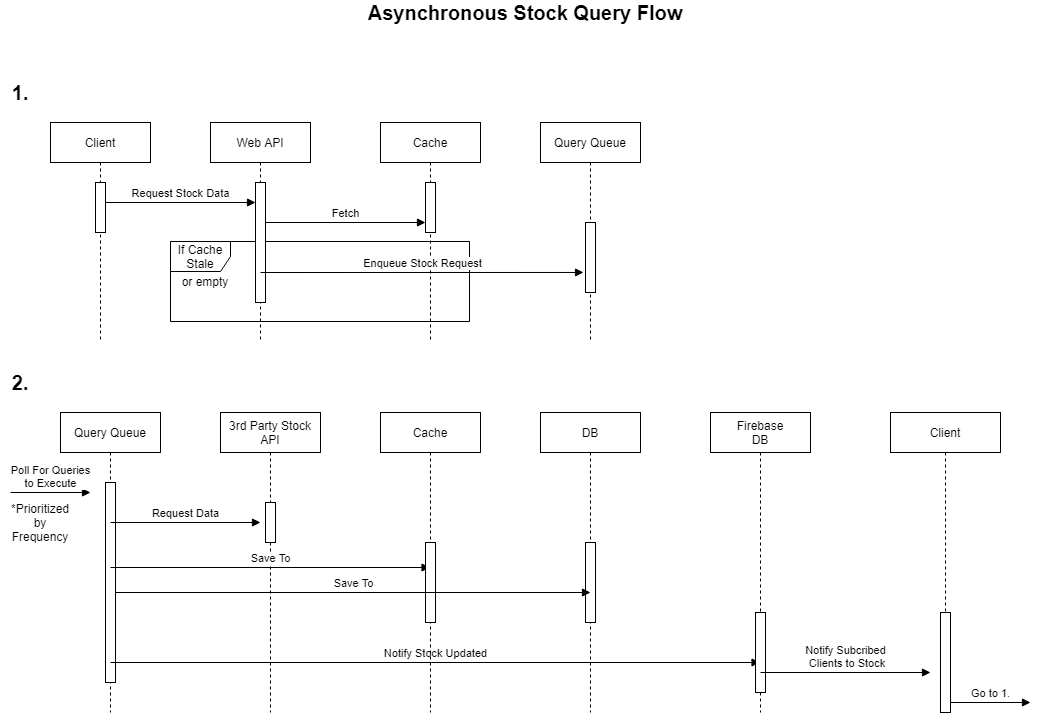
This is FomoAPI/Docs/Asynchronous Stock Query Flow.drawio.png from GaryHuang501/Fomo, a draw.io export, as it was before one commit. Source tidied: cells renumbered, new cells last; positions are measured from the earlier drawing's top-left corner, leaving out a move shared by most shapes. Source of this version:
```xml
<mxGraphModel>
  <root>
    <mxCell id="0" />
    <mxCell id="1" parent="0" />
    <mxCell id="2" value="3rd Party Stock API" style="shape=umlLifeline;perimeter=lifelinePerimeter;whiteSpace=wrap;html=1;" parent="1" vertex="1">
      <mxGeometry x="220" y="410" width="100" height="300" as="geometry" />
    </mxCell>
    <mxCell id="3" style="html=1;perimeter=orthogonalPerimeter;" parent="2" vertex="1">
      <mxGeometry x="45" y="90" width="10" height="40" as="geometry" />
    </mxCell>
    <mxCell id="4" value="If Cache Stale" style="shape=umlFrame;whiteSpace=wrap;html=1;" parent="1" vertex="1">
      <mxGeometry x="170" y="239" width="299" height="80" as="geometry" />
    </mxCell>
    <mxCell id="5" value="Client" style="shape=umlLifeline;perimeter=lifelinePerimeter;whiteSpace=wrap;html=1;" parent="1" vertex="1">
      <mxGeometry x="50" y="120" width="100" height="220" as="geometry" />
    </mxCell>
    <mxCell id="6" style="html=1;perimeter=orthogonalPerimeter;" parent="5" vertex="1">
      <mxGeometry x="45" y="60" width="10" height="50" as="geometry" />
    </mxCell>
    <mxCell id="7" value="Web API" style="shape=umlLifeline;perimeter=lifelinePerimeter;whiteSpace=wrap;html=1;" parent="1" vertex="1">
      <mxGeometry x="210" y="120" width="100" height="220" as="geometry" />
    </mxCell>
    <mxCell id="8" style="html=1;points=[];perimeter=orthogonalPerimeter;" parent="7" vertex="1">
      <mxGeometry x="45" y="60" width="10" height="120" as="geometry" />
    </mxCell>
    <mxCell id="9" value="Cache" style="shape=umlLifeline;perimeter=lifelinePerimeter;whiteSpace=wrap;html=1;" parent="1" vertex="1">
      <mxGeometry x="380" y="120" width="100" height="220" as="geometry" />
    </mxCell>
    <mxCell id="10" style="html=1;perimeter=orthogonalPerimeter;" parent="9" vertex="1">
      <mxGeometry x="45" y="60" width="10" height="50" as="geometry" />
    </mxCell>
    <mxCell id="11" value="Query Queue" style="shape=umlLifeline;perimeter=lifelinePerimeter;whiteSpace=wrap;html=1;" parent="1" vertex="1">
      <mxGeometry x="540" y="120" width="100" height="220" as="geometry" />
    </mxCell>
    <mxCell id="12" style="html=1;points=[];perimeter=orthogonalPerimeter;" parent="11" vertex="1">
      <mxGeometry x="45" y="100" width="10" height="70" as="geometry" />
    </mxCell>
    <mxCell id="13" value="Request Stock Data" style="html=1;verticalAlign=bottom;endArrow=block;" parent="1" edge="1">
      <mxGeometry relative="1" as="geometry">
        <mxPoint x="105" y="200" as="sourcePoint" />
        <mxPoint x="255" y="200" as="targetPoint" />
      </mxGeometry>
    </mxCell>
    <mxCell id="14" value="Fetch" style="html=1;verticalAlign=bottom;endArrow=block;" parent="1" edge="1">
      <mxGeometry relative="1" as="geometry">
        <mxPoint x="265" y="220" as="sourcePoint" />
        <mxPoint x="425" y="220" as="targetPoint" />
      </mxGeometry>
    </mxCell>
    <mxCell id="15" value="Enqueue Stock Request" style="html=1;verticalAlign=bottom;endArrow=block;entryX=-0.2;entryY=0.714;entryDx=0;entryDy=0;entryPerimeter=0;exitX=0.5;exitY=0.75;exitDx=0;exitDy=0;exitPerimeter=0;" parent="1" edge="1" source="8" target="12">
      <mxGeometry relative="1" as="geometry" />
    </mxCell>
    <mxCell id="16" value="&lt;font style=&quot;font-size: 20px&quot;&gt;&lt;b&gt;Asynchronous Stock Query Flow&lt;/b&gt;&lt;/font&gt;" style="text;html=1;strokeColor=none;fillColor=none;align=center;verticalAlign=middle;whiteSpace=wrap;rounded=0;" parent="1" vertex="1">
      <mxGeometry x="290" width="470" height="20" as="geometry" />
    </mxCell>
    <mxCell id="17" value="Query Queue" style="shape=umlLifeline;perimeter=lifelinePerimeter;whiteSpace=wrap;html=1;" parent="1" vertex="1">
      <mxGeometry x="60" y="410" width="100" height="300" as="geometry" />
    </mxCell>
    <mxCell id="18" style="html=1;points=[];perimeter=orthogonalPerimeter;" parent="17" vertex="1">
      <mxGeometry x="45" y="70" width="10" height="200" as="geometry" />
    </mxCell>
    <mxCell id="19" value="Request Data" style="html=1;verticalAlign=bottom;endArrow=block;" parent="17" edge="1">
      <mxGeometry relative="1" as="geometry">
        <mxPoint x="50" y="110" as="sourcePoint" />
        <mxPoint x="200" y="110" as="targetPoint" />
      </mxGeometry>
    </mxCell>
    <mxCell id="20" value="Save To" style="html=1;verticalAlign=bottom;endArrow=block;" parent="17" edge="1">
      <mxGeometry relative="1" as="geometry">
        <mxPoint x="50" y="155" as="sourcePoint" />
        <mxPoint x="369.5" y="155" as="targetPoint" />
      </mxGeometry>
    </mxCell>
    <mxCell id="21" value="Notify Stock Updated" style="html=1;verticalAlign=bottom;endArrow=block;" parent="17" edge="1" target="25">
      <mxGeometry relative="1" as="geometry">
        <mxPoint x="50" y="250" as="sourcePoint" />
      </mxGeometry>
    </mxCell>
    <mxCell id="22" value="Cache" style="shape=umlLifeline;perimeter=lifelinePerimeter;whiteSpace=wrap;html=1;" parent="1" vertex="1">
      <mxGeometry x="380" y="410" width="100" height="300" as="geometry" />
    </mxCell>
    <mxCell id="23" style="html=1;perimeter=orthogonalPerimeter;" parent="22" vertex="1">
      <mxGeometry x="45" y="130" width="10" height="80" as="geometry" />
    </mxCell>
    <mxCell id="24" value="DB" style="shape=umlLifeline;perimeter=lifelinePerimeter;whiteSpace=wrap;html=1;" parent="1" vertex="1">
      <mxGeometry x="540" y="410" width="100" height="300" as="geometry" />
    </mxCell>
    <mxCell id="25" value="Firebase&lt;br&gt;DB" style="shape=umlLifeline;perimeter=lifelinePerimeter;whiteSpace=wrap;html=1;outlineConnect=0;" parent="1" vertex="1">
      <mxGeometry x="710" y="410" width="100" height="300" as="geometry" />
    </mxCell>
    <mxCell id="26" style="html=1;perimeter=orthogonalPerimeter;" parent="25" vertex="1">
      <mxGeometry x="45" y="200" width="10" height="80" as="geometry" />
    </mxCell>
    <mxCell id="27" value="Notify Subcribed&lt;br&gt;&amp;nbsp;Clients to Stock" style="html=1;verticalAlign=bottom;endArrow=block;" parent="25" edge="1">
      <mxGeometry relative="1" as="geometry">
        <mxPoint x="50" y="260" as="sourcePoint" />
        <mxPoint x="220" y="260" as="targetPoint" />
      </mxGeometry>
    </mxCell>
    <mxCell id="28" value="Client" style="shape=umlLifeline;perimeter=lifelinePerimeter;whiteSpace=wrap;html=1;" parent="1" vertex="1">
      <mxGeometry x="890" y="410" width="110" height="300" as="geometry" />
    </mxCell>
    <mxCell id="29" style="html=1;perimeter=orthogonalPerimeter;" parent="28" vertex="1">
      <mxGeometry x="50" y="200" width="10" height="100" as="geometry" />
    </mxCell>
    <mxCell id="30" value="&lt;b&gt;&lt;font style=&quot;font-size: 20px&quot;&gt;1.&lt;/font&gt;&lt;/b&gt;" style="text;html=1;strokeColor=none;fillColor=none;align=center;verticalAlign=middle;whiteSpace=wrap;rounded=0;" parent="1" vertex="1">
      <mxGeometry y="80" width="40" height="20" as="geometry" />
    </mxCell>
    <mxCell id="31" value="&lt;b&gt;&lt;font style=&quot;font-size: 20px&quot;&gt;2.&lt;/font&gt;&lt;/b&gt;" style="text;html=1;strokeColor=none;fillColor=none;align=center;verticalAlign=middle;whiteSpace=wrap;rounded=0;" parent="1" vertex="1">
      <mxGeometry y="370" width="40" height="20" as="geometry" />
    </mxCell>
    <mxCell id="32" value="Poll For Queries&lt;br&gt;to Execute" style="html=1;verticalAlign=bottom;endArrow=block;" parent="1" edge="1">
      <mxGeometry relative="1" as="geometry">
        <mxPoint x="10" y="490" as="sourcePoint" />
        <mxPoint x="90" y="490" as="targetPoint" />
      </mxGeometry>
    </mxCell>
    <mxCell id="33" value="*Prioritized by Frequency" style="text;html=1;strokeColor=none;fillColor=none;align=center;verticalAlign=middle;whiteSpace=wrap;rounded=0;" parent="1" vertex="1">
      <mxGeometry x="20" y="510" width="40" height="20" as="geometry" />
    </mxCell>
    <mxCell id="34" style="html=1;perimeter=orthogonalPerimeter;" parent="1" vertex="1">
      <mxGeometry x="585" y="540" width="10" height="80" as="geometry" />
    </mxCell>
    <mxCell id="35" value="Save To" style="html=1;verticalAlign=bottom;endArrow=block;" parent="1" edge="1" source="18">
      <mxGeometry relative="1" as="geometry">
        <mxPoint x="590" y="590" as="targetPoint" />
      </mxGeometry>
    </mxCell>
    <mxCell id="36" value="Go to 1." style="html=1;verticalAlign=bottom;endArrow=block;" parent="1" edge="1">
      <mxGeometry relative="1" as="geometry">
        <mxPoint x="950" y="700" as="sourcePoint" />
        <mxPoint x="1030" y="700" as="targetPoint" />
      </mxGeometry>
    </mxCell>
    <mxCell id="37" value="or empty" style="text;html=1;strokeColor=none;fillColor=none;align=center;verticalAlign=middle;whiteSpace=wrap;rounded=0;" parent="1" vertex="1">
      <mxGeometry x="180" y="269" width="50" height="20" as="geometry" />
    </mxCell>
  </root>
</mxGraphModel>
```
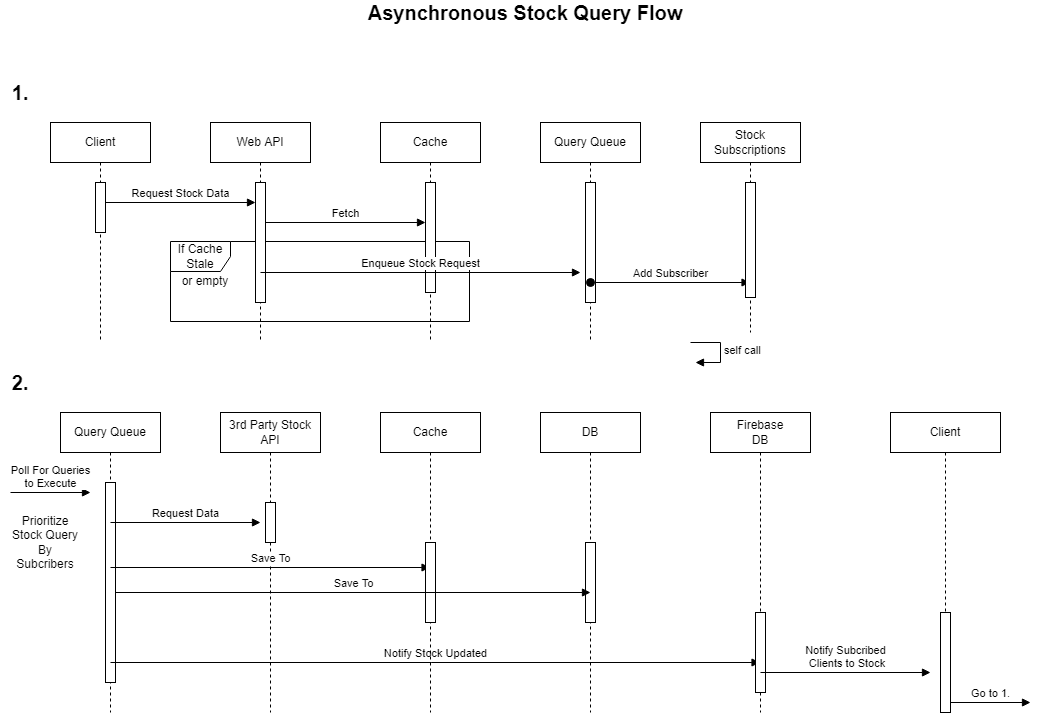
After the commit.

Commit message:
Update diagram to include stock subscriptions

Change to the diagram source:
```diff
@@ -27,14 +27,19 @@
       <mxGeometry x="380" y="120" width="100" height="220" as="geometry" />
     </mxCell>
     <mxCell id="10" style="html=1;perimeter=orthogonalPerimeter;" parent="9" vertex="1">
-      <mxGeometry x="45" y="60" width="10" height="50" as="geometry" />
+      <mxGeometry x="45" y="60" width="10" height="110" as="geometry" />
     </mxCell>
     <mxCell id="11" value="Query Queue" style="shape=umlLifeline;perimeter=lifelinePerimeter;whiteSpace=wrap;html=1;" parent="1" vertex="1">
       <mxGeometry x="540" y="120" width="100" height="220" as="geometry" />
     </mxCell>
     <mxCell id="12" style="html=1;points=[];perimeter=orthogonalPerimeter;" parent="11" vertex="1">
-      <mxGeometry x="45" y="100" width="10" height="70" as="geometry" />
+      <mxGeometry x="45" y="60" width="10" height="120" as="geometry" />
     </mxCell>
+    <mxCell id="38" value="Add Subscriber" style="html=1;verticalAlign=bottom;startArrow=oval;startFill=1;endArrow=block;startSize=8;rounded=0;" parent="11" edge="1" target="39">
+      <mxGeometry relative="1" as="geometry">
+        <mxPoint x="50" y="160" as="sourcePoint" />
+      </mxGeometry>
+    </mxCell>
     <mxCell id="13" value="Request Stock Data" style="html=1;verticalAlign=bottom;endArrow=block;" parent="1" edge="1">
       <mxGeometry relative="1" as="geometry">
         <mxPoint x="105" y="200" as="sourcePoint" />
@@ -47,8 +52,10 @@
         <mxPoint x="425" y="220" as="targetPoint" />
       </mxGeometry>
     </mxCell>
-    <mxCell id="15" value="Enqueue Stock Request" style="html=1;verticalAlign=bottom;endArrow=block;entryX=-0.2;entryY=0.714;entryDx=0;entryDy=0;entryPerimeter=0;exitX=0.5;exitY=0.75;exitDx=0;exitDy=0;exitPerimeter=0;" parent="1" edge="1" source="8" target="12">
-      <mxGeometry relative="1" as="geometry" />
+    <mxCell id="15" value="Enqueue Stock Request" style="html=1;verticalAlign=bottom;endArrow=block;exitX=0.5;exitY=0.75;exitDx=0;exitDy=0;exitPerimeter=0;" parent="1" edge="1" source="8">
+      <mxGeometry relative="1" as="geometry">
+        <mxPoint x="580" y="270" as="targetPoint" />
+      </mxGeometry>
     </mxCell>
     <mxCell id="16" value="&lt;font style=&quot;font-size: 20px&quot;&gt;&lt;b&gt;Asynchronous Stock Query Flow&lt;/b&gt;&lt;/font&gt;" style="text;html=1;strokeColor=none;fillColor=none;align=center;verticalAlign=middle;whiteSpace=wrap;rounded=0;" parent="1" vertex="1">
       <mxGeometry x="290" width="470" height="20" as="geometry" />
@@ -115,8 +122,8 @@
         <mxPoint x="90" y="490" as="targetPoint" />
       </mxGeometry>
     </mxCell>
-    <mxCell id="33" value="*Prioritized by Frequency" style="text;html=1;strokeColor=none;fillColor=none;align=center;verticalAlign=middle;whiteSpace=wrap;rounded=0;" parent="1" vertex="1">
-      <mxGeometry x="20" y="510" width="40" height="20" as="geometry" />
+    <mxCell id="33" value="Prioritize Stock Query By Subcribers" style="text;html=1;strokeColor=none;fillColor=none;align=center;verticalAlign=middle;whiteSpace=wrap;rounded=0;" parent="1" vertex="1">
+      <mxGeometry x="10" y="530" width="70" height="20" as="geometry" />
     </mxCell>
     <mxCell id="34" style="html=1;perimeter=orthogonalPerimeter;" parent="1" vertex="1">
       <mxGeometry x="585" y="540" width="10" height="80" as="geometry" />
@@ -135,5 +142,20 @@
     <mxCell id="37" value="or empty" style="text;html=1;strokeColor=none;fillColor=none;align=center;verticalAlign=middle;whiteSpace=wrap;rounded=0;" parent="1" vertex="1">
       <mxGeometry x="180" y="269" width="50" height="20" as="geometry" />
     </mxCell>
+    <mxCell id="39" value="Stock Subscriptions" style="shape=umlLifeline;perimeter=lifelinePerimeter;whiteSpace=wrap;html=1;outlineConnect=0;" parent="1" vertex="1">
+      <mxGeometry x="700" y="120" width="100" height="210" as="geometry" />
+    </mxCell>
+    <mxCell id="40" style="html=1;perimeter=orthogonalPerimeter;" parent="39" vertex="1">
+      <mxGeometry x="45" y="60" width="10" height="115" as="geometry" />
+    </mxCell>
+    <mxCell id="41" value="self call" style="edgeStyle=orthogonalEdgeStyle;html=1;align=left;spacingLeft=2;endArrow=block;rounded=0;entryX=1;entryY=0;" parent="1" edge="1">
+      <mxGeometry relative="1" as="geometry">
+        <mxPoint x="690" y="340" as="sourcePoint" />
+        <mxPoint x="695" y="360" as="targetPoint" />
+        <Array as="points">
+          <mxPoint x="720" y="340" />
+        </Array>
+      </mxGeometry>
+    </mxCell>
   </root>
 </mxGraphModel>
```
